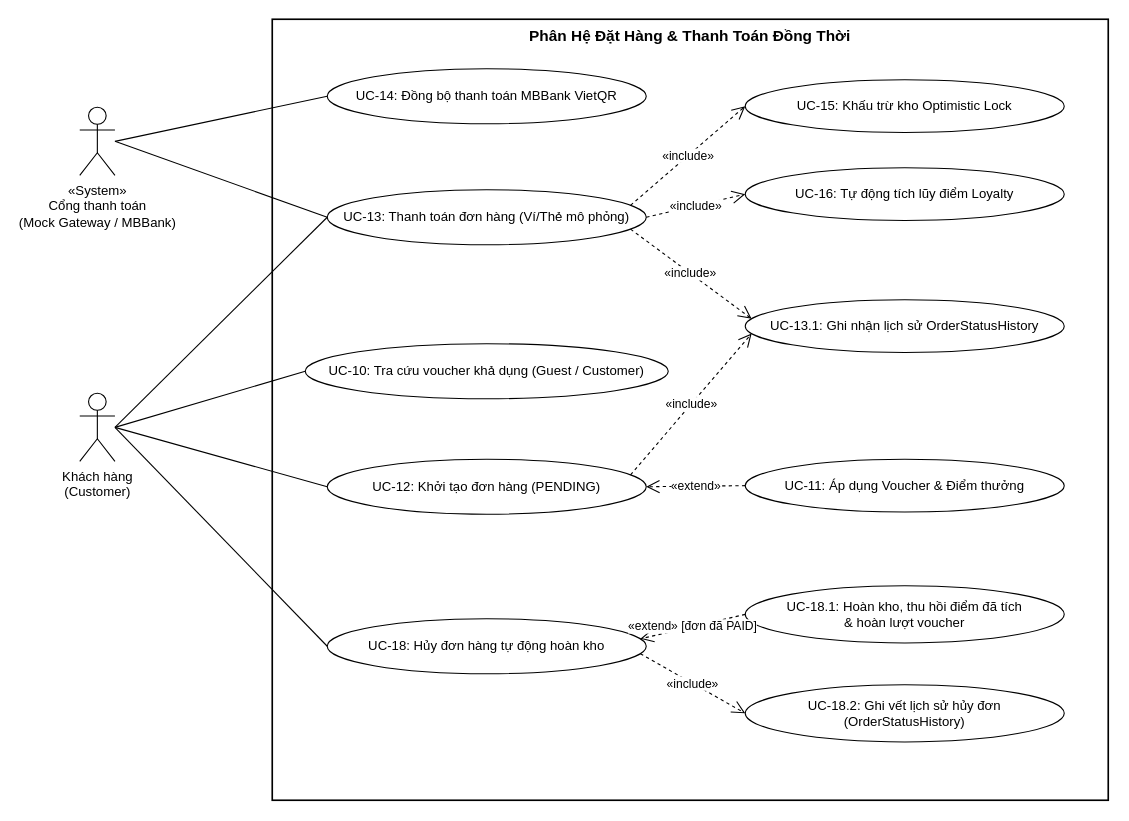
This is docs/diagrams/usecases/03-subsystem-order-payment.drawio from hanhdevsgu/BrewLite-Assignment2, a draw.io file, before an edit. Source tidied: cells renumbered, new cells numbered last; positions are measured from the earlier drawing's top-left corner, leaving out a move shared by most shapes. Both pictures are drawn from the tidied source at 110%, with x=0, y=0 at pixel (79, 19).
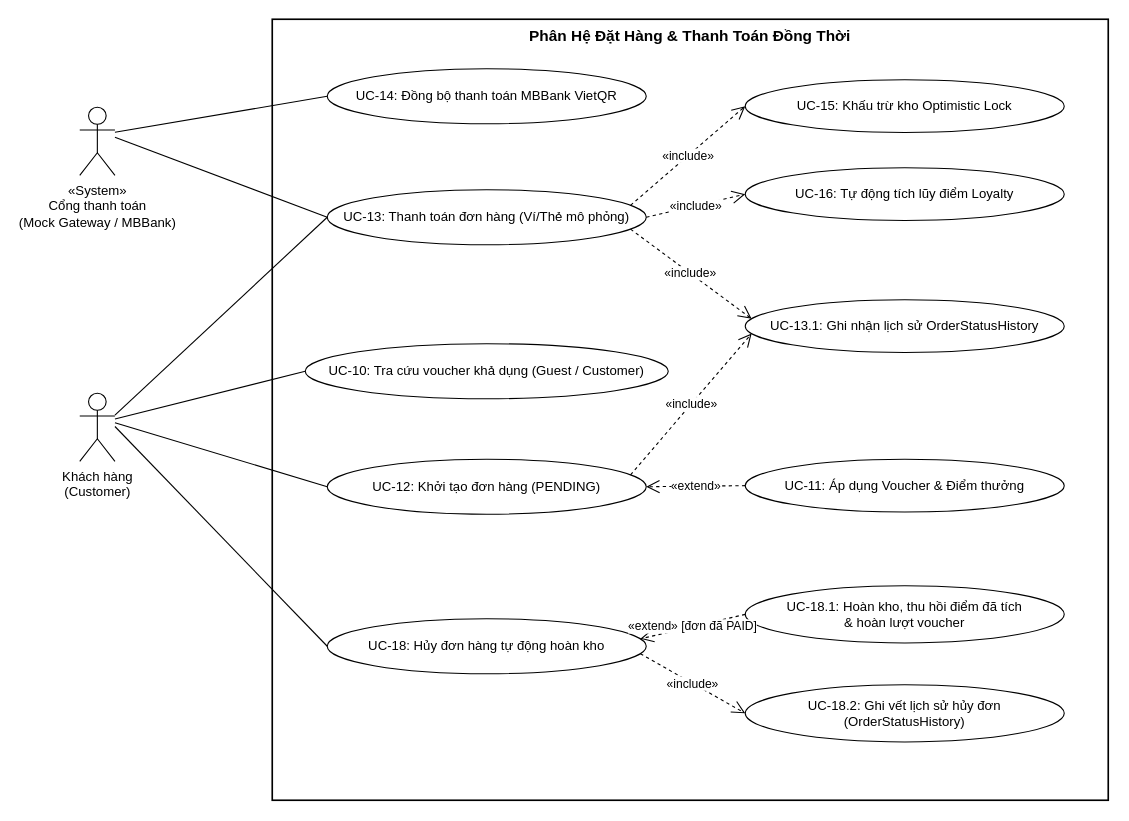
After the change.

Unchanged cells that the change refers to:
```xml
<mxCell id="3" value="«System»&lt;br&gt;Cổng thanh toán&lt;br&gt;(Mock Gateway / MBBank)" style="shape=umlActor;verticalLabelPosition=bottom;verticalAlign=top;html=1;outlineConnect=0;fillColor=#ffffff;strokeColor=#000000;fontSize=12;" parent="1" vertex="1">
  <mxGeometry y="80" width="32" height="62" as="geometry" />
</mxCell>
<mxCell id="4" value="Khách hàng&lt;br&gt;(Customer)" style="shape=umlActor;verticalLabelPosition=bottom;verticalAlign=top;html=1;outlineConnect=0;fillColor=#ffffff;strokeColor=#000000;fontSize=12;" parent="1" vertex="1">
  <mxGeometry y="340" width="32" height="62" as="geometry" />
</mxCell>
<mxCell id="5" value="UC-14: Đồng bộ thanh toán MBBank VietQR" style="ellipse;whiteSpace=wrap;html=1;fillColor=#ffffff;strokeColor=#000000;fontSize=12;" parent="1" vertex="1">
  <mxGeometry x="225" y="45" width="290" height="50" as="geometry" />
</mxCell>
<mxCell id="6" value="UC-13: Thanh toán đơn hàng (Ví/Thẻ mô phỏng)" style="ellipse;whiteSpace=wrap;html=1;fillColor=#ffffff;strokeColor=#000000;fontSize=12;" parent="1" vertex="1">
  <mxGeometry x="225" y="155" width="290" height="50" as="geometry" />
</mxCell>
<mxCell id="7" value="UC-10: Tra cứu voucher khả dụng (Guest / Customer)" style="ellipse;whiteSpace=wrap;html=1;fillColor=#ffffff;strokeColor=#000000;fontSize=12;" parent="1" vertex="1">
  <mxGeometry x="205" y="295" width="330" height="50" as="geometry" />
</mxCell>
<mxCell id="8" value="UC-12: Khởi tạo đơn hàng (PENDING)" style="ellipse;whiteSpace=wrap;html=1;fillColor=#ffffff;strokeColor=#000000;fontSize=12;" parent="1" vertex="1">
  <mxGeometry x="225" y="400" width="290" height="50" as="geometry" />
</mxCell>
<mxCell id="9" value="UC-18: Hủy đơn hàng tự động hoàn kho" style="ellipse;whiteSpace=wrap;html=1;fillColor=#ffffff;strokeColor=#000000;fontSize=12;" parent="1" vertex="1">
  <mxGeometry x="225" y="545" width="290" height="50" as="geometry" />
</mxCell>
```

Diff of the diagram source:
```diff
@@
-    <mxCell id="16" style="endArrow=none;html=1;strokeColor=#000000;strokeWidth=1;exitX=1;exitY=0.5;exitDx=0;exitDy=0;entryX=0;entryY=0.5;entryDx=0;entryDy=0;" parent="1" edge="1" source="3" target="5">
+    <mxCell id="16" style="endArrow=none;html=1;strokeColor=#000000;strokeWidth=1;exitX=1;exitY=0.333;exitDx=12;exitDy=-4;entryX=0;entryY=0.5;entryDx=0;entryDy=0;" parent="1" edge="1" source="3" target="5">
       <mxGeometry relative="1" as="geometry" />
     </mxCell>
-    <mxCell id="17" style="endArrow=none;html=1;strokeColor=#000000;strokeWidth=1;exitX=0;exitY=0.5;exitDx=0;exitDy=0;entryX=1;entryY=0.5;entryDx=0;entryDy=0;" parent="1" edge="1" source="6" target="3">
+    <mxCell id="17" style="endArrow=none;html=1;strokeColor=#000000;strokeWidth=1;exitX=0;exitY=0.5;exitDx=0;exitDy=0;entryX=1;entryY=0.333;entryDx=12;entryDy=4;" parent="1" edge="1" source="6" target="3">
       <mxGeometry relative="1" as="geometry" />
     </mxCell>
-    <mxCell id="18" style="endArrow=none;html=1;strokeColor=#000000;strokeWidth=1;exitX=1;exitY=0.5;exitDx=0;exitDy=0;entryX=0;entryY=0.5;entryDx=0;entryDy=0;" parent="1" edge="1" source="4" target="6">
+    <mxCell id="18" style="endArrow=none;html=1;strokeColor=#000000;strokeWidth=1;exitX=1;exitY=0.333;exitDx=12;exitDy=-9;entryX=0;entryY=0.5;entryDx=0;entryDy=0;" parent="1" edge="1" source="4" target="6">
       <mxGeometry relative="1" as="geometry" />
     </mxCell>
-    <mxCell id="19" style="endArrow=none;html=1;strokeColor=#000000;strokeWidth=1;exitX=1;exitY=0.5;exitDx=0;exitDy=0;entryX=0;entryY=0.5;entryDx=0;entryDy=0;" parent="1" edge="1" source="4" target="7">
+    <mxCell id="19" style="endArrow=none;html=1;strokeColor=#000000;strokeWidth=1;exitX=1;exitY=0.333;exitDx=12;exitDy=-3;entryX=0;entryY=0.5;entryDx=0;entryDy=0;" parent="1" edge="1" source="4" target="7">
       <mxGeometry relative="1" as="geometry" />
     </mxCell>
-    <mxCell id="20" style="endArrow=none;html=1;strokeColor=#000000;strokeWidth=1;exitX=1;exitY=0.5;exitDx=0;exitDy=0;entryX=0;entryY=0.5;entryDx=0;entryDy=0;" parent="1" edge="1" source="4" target="8">
+    <mxCell id="20" style="endArrow=none;html=1;strokeColor=#000000;strokeWidth=1;exitX=1;exitY=0.333;exitDx=12;exitDy=3;entryX=0;entryY=0.5;entryDx=0;entryDy=0;" parent="1" edge="1" source="4" target="8">
       <mxGeometry relative="1" as="geometry" />
     </mxCell>
-    <mxCell id="21" style="endArrow=none;html=1;strokeColor=#000000;strokeWidth=1;exitX=1;exitY=0.5;exitDx=0;exitDy=0;entryX=0;entryY=0.5;entryDx=0;entryDy=0;" parent="1" edge="1" source="4" target="9">
+    <mxCell id="21" style="endArrow=none;html=1;strokeColor=#000000;strokeWidth=1;exitX=1;exitY=0.333;exitDx=12;exitDy=9;entryX=0;entryY=0.5;entryDx=0;entryDy=0;" parent="1" edge="1" source="4" target="9">
       <mxGeometry relative="1" as="geometry" />
     </mxCell>
```
